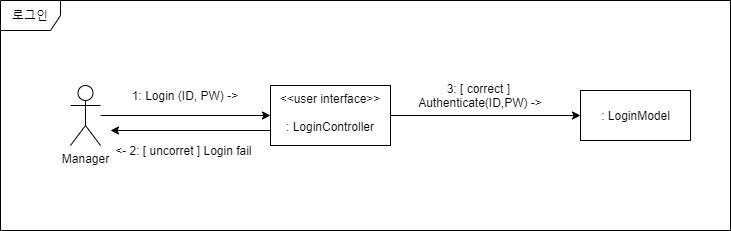
Before: 상세명세서/Behavioral Model/communication diagram/로그인 communication diagram.png, a diagram exported from draw.io (distroytest/KNUSD-20202-Team05). Source tidied: cells renumbered, new cells last; positions are measured from the earlier drawing's top-left corner, leaving out a move shared by most shapes. Source of this version:
```xml
<mxGraphModel>
  <root>
    <mxCell id="0" />
    <mxCell id="1" parent="0" />
    <mxCell id="2" style="edgeStyle=orthogonalEdgeStyle;rounded=0;jettySize=auto;html=1;" parent="1" edge="1" source="3" target="6">
      <mxGeometry relative="1" as="geometry" />
    </mxCell>
    <mxCell id="3" value="Manager" style="shape=umlActor;verticalLabelPosition=bottom;verticalAlign=top;html=1;outlineConnect=0;" parent="1" vertex="1">
      <mxGeometry x="70" y="85" width="30" height="60" as="geometry" />
    </mxCell>
    <mxCell id="4" style="edgeStyle=orthogonalEdgeStyle;rounded=0;jettySize=auto;html=1;exitX=1;exitY=0.5;exitDx=0;exitDy=0;entryX=0;entryY=0.5;entryDx=0;entryDy=0;" parent="1" edge="1" source="6" target="8">
      <mxGeometry relative="1" as="geometry" />
    </mxCell>
    <mxCell id="5" style="edgeStyle=orthogonalEdgeStyle;rounded=0;jettySize=auto;html=1;exitX=0;exitY=0.75;exitDx=0;exitDy=0;" parent="1" edge="1" source="6">
      <mxGeometry relative="1" as="geometry">
        <mxPoint x="110" y="130" as="targetPoint" />
      </mxGeometry>
    </mxCell>
    <mxCell id="6" value="&amp;lt;&amp;lt;user interface&amp;gt;&amp;gt;&lt;br&gt;&lt;br&gt;: LoginController" style="whiteSpace=wrap;html=1;verticalAlign=top;" parent="1" vertex="1">
      <mxGeometry x="270" y="85" width="120" height="60" as="geometry" />
    </mxCell>
    <mxCell id="7" value="1: Login (ID, PW) -&amp;gt;" style="text;html=1;strokeColor=none;fillColor=none;align=center;verticalAlign=middle;whiteSpace=wrap;rounded=0;" parent="1" vertex="1">
      <mxGeometry x="100" y="85" width="170" height="20" as="geometry" />
    </mxCell>
    <mxCell id="8" value=": LoginModel" style="html=1;" parent="1" vertex="1">
      <mxGeometry x="580" y="90" width="110" height="50" as="geometry" />
    </mxCell>
    <mxCell id="9" value="3: [ correct ]&amp;nbsp; Authenticate(ID,PW) -&amp;gt;" style="text;html=1;strokeColor=none;fillColor=none;align=center;verticalAlign=middle;whiteSpace=wrap;rounded=0;" parent="1" vertex="1">
      <mxGeometry x="400" y="85" width="160" height="20" as="geometry" />
    </mxCell>
    <mxCell id="10" value="&amp;lt;- 2: [ uncorret ] Login fail&amp;nbsp;" style="text;html=1;strokeColor=none;fillColor=none;align=center;verticalAlign=middle;whiteSpace=wrap;rounded=0;" parent="1" vertex="1">
      <mxGeometry x="110" y="140" width="150" height="20" as="geometry" />
    </mxCell>
    <mxCell id="11" value="로그인" style="shape=umlFrame;whiteSpace=wrap;html=1;" parent="1" vertex="1">
      <mxGeometry width="730" height="230" as="geometry" />
    </mxCell>
  </root>
</mxGraphModel>
```
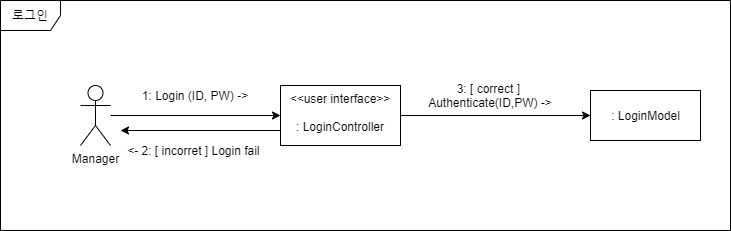
Later version of the same file.

Diff of the diagram source:
```diff
@@ -28,11 +28,11 @@
     <mxCell id="9" value="3: [ correct ]&amp;nbsp; Authenticate(ID,PW) -&amp;gt;" style="text;html=1;strokeColor=none;fillColor=none;align=center;verticalAlign=middle;whiteSpace=wrap;rounded=0;" parent="1" vertex="1">
       <mxGeometry x="400" y="85" width="160" height="20" as="geometry" />
     </mxCell>
-    <mxCell id="10" value="&amp;lt;- 2: [ uncorret ] Login fail&amp;nbsp;" style="text;html=1;strokeColor=none;fillColor=none;align=center;verticalAlign=middle;whiteSpace=wrap;rounded=0;" parent="1" vertex="1">
+    <mxCell id="10" value="&amp;lt;- 2: [ incorret ] Login fail&amp;nbsp;" style="text;html=1;strokeColor=none;fillColor=none;align=center;verticalAlign=middle;whiteSpace=wrap;rounded=0;" parent="1" vertex="1">
       <mxGeometry x="110" y="140" width="150" height="20" as="geometry" />
     </mxCell>
     <mxCell id="11" value="로그인" style="shape=umlFrame;whiteSpace=wrap;html=1;" parent="1" vertex="1">
-      <mxGeometry width="730" height="230" as="geometry" />
+      <mxGeometry x="-10" width="730" height="230" as="geometry" />
     </mxCell>
   </root>
 </mxGraphModel>
```
